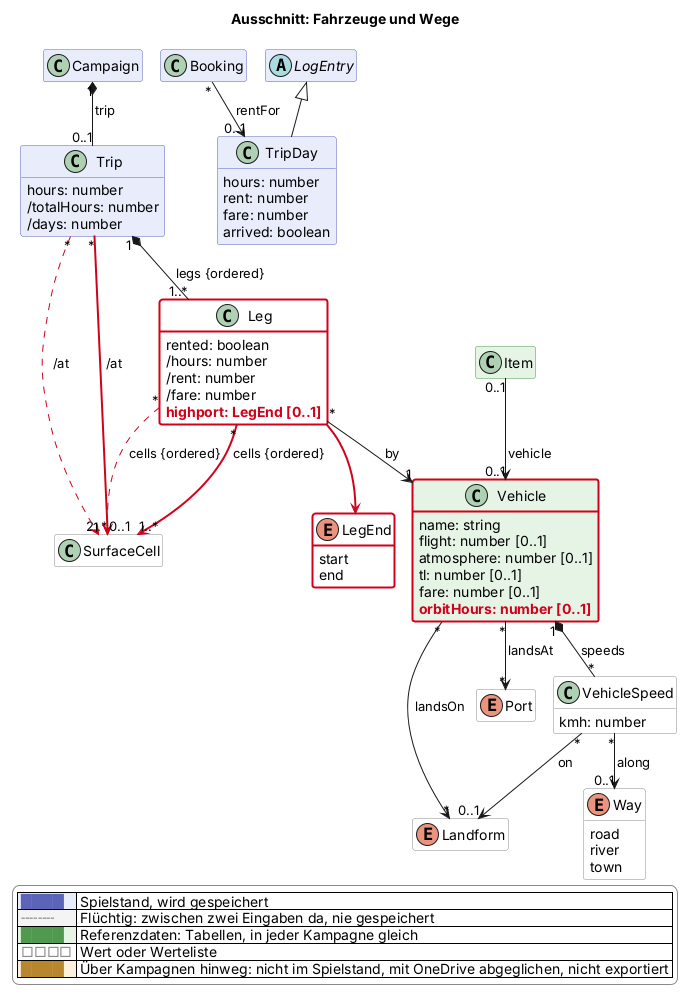
Earlier version of the PlantUML export docs/views/logistik.png (scuzzar/SRE).
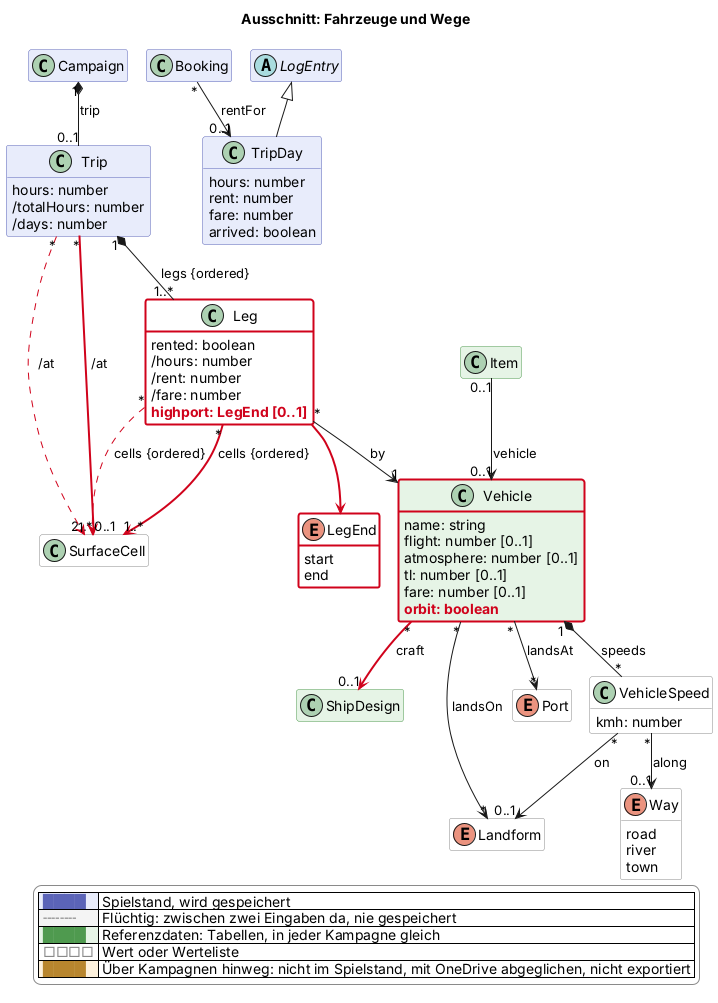
The same file after the commit.

The edit, as a diff of the source:
```diff
@@ -72,6 +72,7 @@
   class Campaign $kampagne
   class Booking $shop
 
+  class ShipDesign <<reference>> $schiffe
 
 
 
@@ -92,7 +93,7 @@
     atmosphere: number [0..1]
     tl: number [0..1]
     fare: number [0..1]
-    $new("2026-11-28b", "orbitHours: number [0..1]")
+    $new("2026-11-28b", "orbit: boolean")
   }
   class VehicleSpeed <<value>> $logistik {
     kmh: number
@@ -134,6 +135,7 @@
 
 Item "0..1" --> "0..1" Vehicle : vehicle
 Vehicle "1" *-- "*" VehicleSpeed : speeds
+Vehicle "*" -$newArrow("2026-11-28b")-> "0..1" ShipDesign : craft
 VehicleSpeed "*" --> "0..1" Landform : on
 VehicleSpeed "*" --> "0..1" Way : along
 Vehicle "*" --> "*" Landform : landsOn
```
